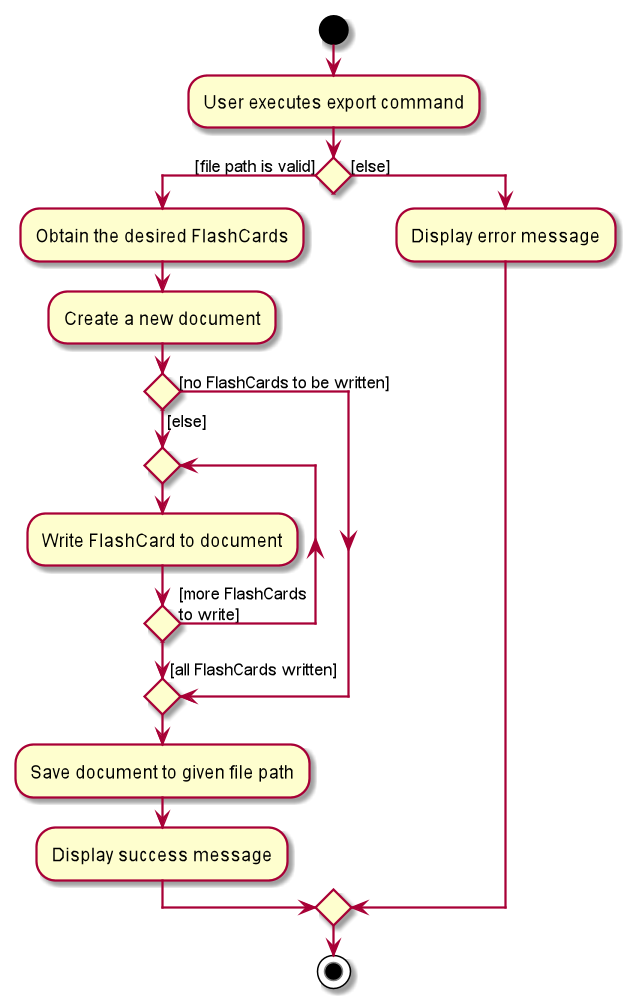
This is docs/images/ExportActivityDiagram.png from nus-cs2103-AY1920S1/addressbook-level3, a PlantUML export, as it was before one commit. Its diagram source:
```plantuml
@startuml
start
:User executes export command;


if () then ([file path is valid])
    :Obtain the desired FlashCards;
    :Create a new document;
    if () then ([else])
        repeat
            :Write FlashCard to document;
        repeat while () is ([more FlashCards\nto write])
        ->[all FlashCards written];
    else ([no FlashCards to be written])
    endif
    :Save document to given file path;
    :Display success message;
else ([else])
    :Display error message;
endif
stop
@enduml
```
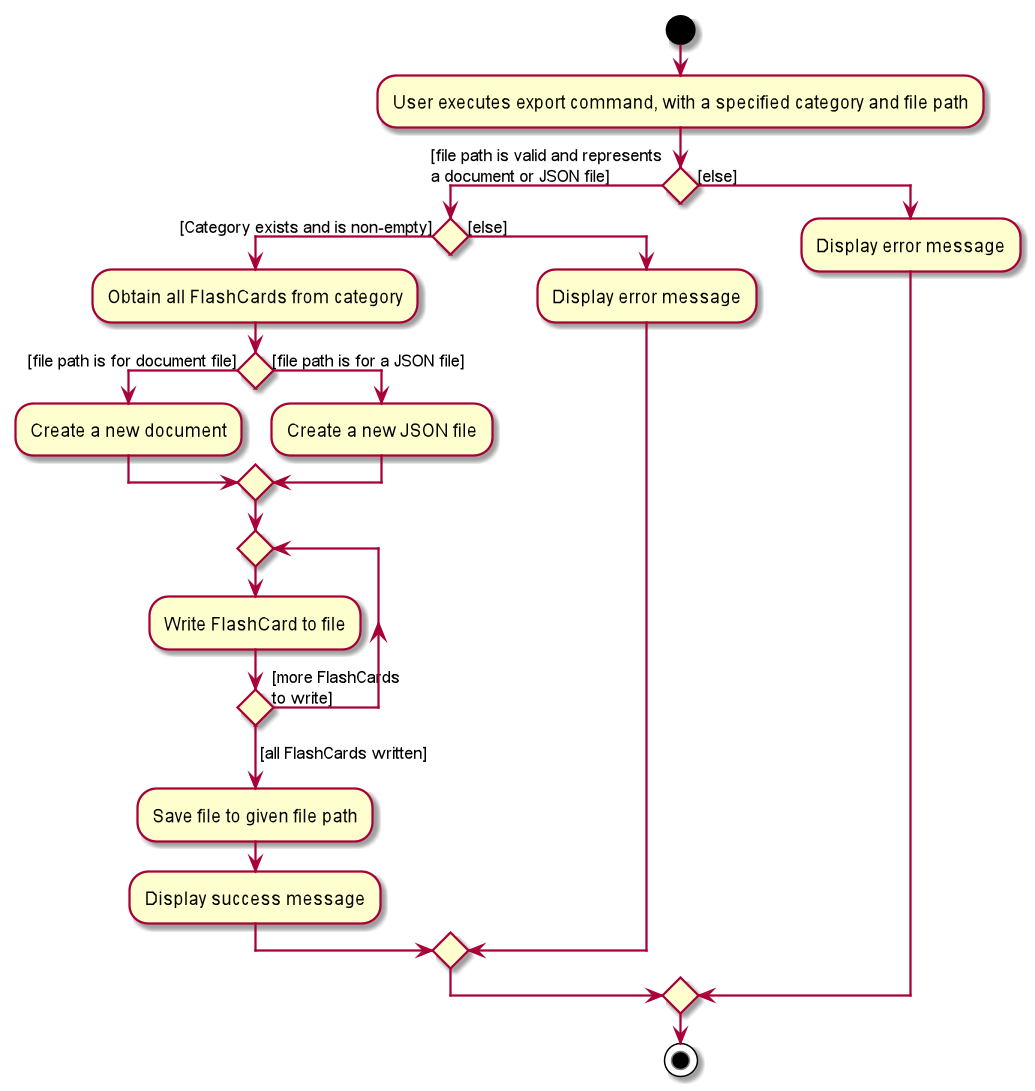
The same file after the commit.

Commit message:
Modify export activity diagram to reflect current state

Change to the diagram source:
```diff
@@ -1,20 +1,25 @@
 @startuml
 start
-:User executes export command;
+:User executes export command, with a specified category and file path;
 
 
-if () then ([file path is valid])
-    :Obtain the desired FlashCards;
-    :Create a new document;
-    if () then ([else])
+if () then ([file path is valid and represents\na document or JSON file])
+    if () then ([Category exists and is non-empty])
+        :Obtain all FlashCards from category;
+        if () then ([file path is for document file])
+            :Create a new document;
+        else ([file path is for a JSON file])
+            :Create a new JSON file;
+        endif
         repeat
-            :Write FlashCard to document;
+            :Write FlashCard to file;
         repeat while () is ([more FlashCards\nto write])
         ->[all FlashCards written];
-    else ([no FlashCards to be written])
+        :Save file to given file path;
+        :Display success message;
+    else ([else])
+        :Display error message;
     endif
-    :Save document to given file path;
-    :Display success message;
 else ([else])
     :Display error message;
 endif
```
